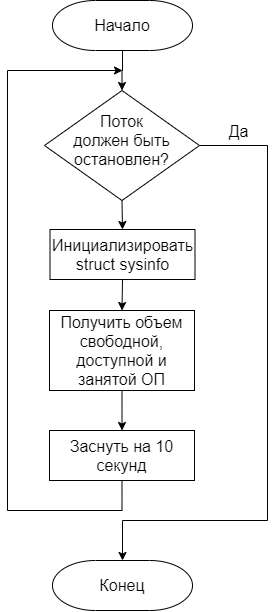
The draw.io diagram docs/jpg/kthread.png in aavortep/os_course, before a commit. Source tidied: cells renumbered, new cells last; positions are measured from the earlier drawing's top-left corner, leaving out a move shared by most shapes.
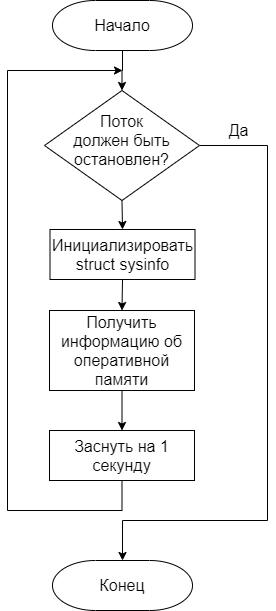
Above is the later version.

The edit, as a diff of the source:
```diff
@@ -37,7 +37,7 @@
     <mxCell id="10" style="edgeStyle=orthogonalEdgeStyle;rounded=0;jettySize=auto;html=1;exitX=0.5;exitY=1;exitDx=0;exitDy=0;entryX=0.5;entryY=0;entryDx=0;entryDy=0;fontSize=16;" parent="1" edge="1" source="11" target="13">
       <mxGeometry relative="1" as="geometry" />
     </mxCell>
-    <mxCell id="11" value="Получить объем свободной, доступной и занятой ОП" style="rounded=0;whiteSpace=wrap;html=1;absoluteArcSize=1;arcSize=14;strokeWidth=1;fontSize=16;" parent="1" vertex="1">
+    <mxCell id="11" value="Получить информацию об оперативной памяти" style="rounded=0;whiteSpace=wrap;html=1;absoluteArcSize=1;arcSize=14;strokeWidth=1;fontSize=16;" parent="1" vertex="1">
       <mxGeometry x="42" y="310" width="145" height="80" as="geometry" />
     </mxCell>
     <mxCell id="12" style="edgeStyle=orthogonalEdgeStyle;rounded=0;jettySize=auto;html=1;exitX=0.5;exitY=1;exitDx=0;exitDy=0;fontSize=16;" parent="1" edge="1" source="13">
@@ -50,7 +50,7 @@
         </Array>
       </mxGeometry>
     </mxCell>
-    <mxCell id="13" value="Заснуть на 10 секунд" style="rounded=0;whiteSpace=wrap;html=1;absoluteArcSize=1;arcSize=14;strokeWidth=1;fontSize=16;" parent="1" vertex="1">
+    <mxCell id="13" value="Заснуть на 1 секунду" style="rounded=0;whiteSpace=wrap;html=1;absoluteArcSize=1;arcSize=14;strokeWidth=1;fontSize=16;" parent="1" vertex="1">
       <mxGeometry x="42" y="430" width="145" height="50" as="geometry" />
     </mxCell>
     <mxCell id="14" value="Конец" style="strokeWidth=1;html=1;shape=mxgraph.flowchart.terminator;whiteSpace=wrap;fontSize=16;" parent="1" vertex="1">
```
